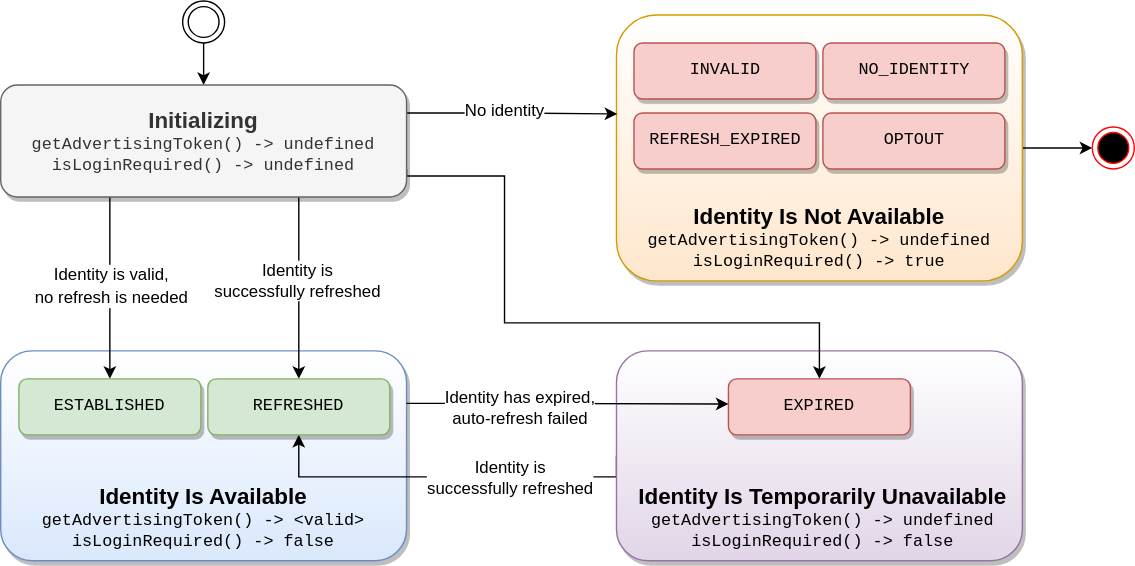
This is api/v1/sdks/uid2-js-sdk-workflow.svg from IABTechLab/uid2docs, a draw.io export, as it was before one commit. Source tidied: cells renumbered, new cells last; positions are measured from the earlier drawing's top-left corner, leaving out a move shared by most shapes. Its diagram source:
```xml
<mxGraphModel>
  <root>
    <mxCell id="0" />
    <mxCell id="1" parent="0" />
    <mxCell id="2" style="rounded=1;whiteSpace=wrap;html=1;fontFamily=Courier New;fontSize=16;fillColor=#dae8fc;strokeColor=#6c8ebf;gradientColor=#ffffff;gradientDirection=north;shadow=1;" parent="1" vertex="1">
      <mxGeometry y="250" width="290" height="150" as="geometry" />
    </mxCell>
    <mxCell id="3" style="edgeStyle=orthogonalEdgeStyle;rounded=0;jettySize=auto;html=1;fontFamily=Helvetica;fontSize=12;entryX=0.5;entryY=1;entryDx=0;entryDy=0;exitX=0;exitY=0.5;exitDx=0;exitDy=0;" parent="1" edge="1" source="5" target="18">
      <mxGeometry relative="1" as="geometry">
        <Array as="points">
          <mxPoint x="440" y="340" />
          <mxPoint x="213" y="340" />
        </Array>
      </mxGeometry>
    </mxCell>
    <mxCell id="4" value="Identity is&lt;br&gt;successfully refreshed" style="edgeLabel;html=1;align=center;verticalAlign=middle;fontSize=12;fontFamily=Helvetica;" parent="3" vertex="1">
      <mxGeometry x="-0.2" relative="1" as="geometry">
        <mxPoint x="17" as="offset" />
      </mxGeometry>
    </mxCell>
    <mxCell id="5" style="rounded=1;whiteSpace=wrap;html=1;fontFamily=Courier New;fontSize=16;fillColor=#e1d5e7;strokeColor=#9673a6;gradientColor=#ffffff;gradientDirection=north;shadow=1;" parent="1" vertex="1">
      <mxGeometry x="440" y="250" width="290" height="150" as="geometry" />
    </mxCell>
    <mxCell id="6" style="edgeStyle=orthogonalEdgeStyle;rounded=0;jettySize=auto;html=1;exitX=1;exitY=0.5;exitDx=0;exitDy=0;entryX=0;entryY=0.5;entryDx=0;entryDy=0;fontFamily=Helvetica;fontSize=12;fontColor=default;" parent="1" edge="1" source="7" target="27">
      <mxGeometry relative="1" as="geometry" />
    </mxCell>
    <mxCell id="7" style="rounded=1;whiteSpace=wrap;html=1;fontFamily=Courier New;fontSize=16;fillColor=#ffe6cc;strokeColor=#d79b00;gradientColor=#ffffff;gradientDirection=north;shadow=1;" parent="1" vertex="1">
      <mxGeometry x="440" y="10" width="290" height="190" as="geometry" />
    </mxCell>
    <mxCell id="8" style="edgeStyle=orthogonalEdgeStyle;rounded=0;jettySize=auto;html=1;exitX=0.5;exitY=1;exitDx=0;exitDy=0;entryX=0.5;entryY=0;entryDx=0;entryDy=0;fontFamily=Helvetica;fontSize=12;fontColor=default;" parent="1" edge="1" source="28" target="16">
      <mxGeometry relative="1" as="geometry" />
    </mxCell>
    <mxCell id="9" style="edgeStyle=orthogonalEdgeStyle;rounded=0;jettySize=auto;html=1;entryX=0.5;entryY=0;entryDx=0;entryDy=0;fontFamily=Courier New;fontSize=12;" parent="1" edge="1" target="19">
      <mxGeometry relative="1" as="geometry">
        <mxPoint x="78" y="140" as="sourcePoint" />
      </mxGeometry>
    </mxCell>
    <mxCell id="10" value="&lt;font face=&quot;Helvetica&quot;&gt;Identity is valid,&lt;br&gt;no refresh is needed&lt;/font&gt;" style="edgeLabel;html=1;align=center;verticalAlign=middle;fontSize=12;fontFamily=Courier New;" parent="9" vertex="1">
      <mxGeometry x="-0.04" relative="1" as="geometry" />
    </mxCell>
    <mxCell id="11" style="edgeStyle=orthogonalEdgeStyle;rounded=0;jettySize=auto;html=1;entryX=0.5;entryY=0;entryDx=0;entryDy=0;fontFamily=Courier New;fontSize=12;" parent="1" edge="1" target="18">
      <mxGeometry relative="1" as="geometry">
        <mxPoint x="213" y="140" as="sourcePoint" />
      </mxGeometry>
    </mxCell>
    <mxCell id="12" value="Identity is&lt;br&gt;successfully refreshed" style="edgeLabel;html=1;align=center;verticalAlign=middle;fontSize=12;fontFamily=Helvetica;" parent="11" vertex="1">
      <mxGeometry x="-0.1" y="-2" relative="1" as="geometry" />
    </mxCell>
    <mxCell id="13" style="edgeStyle=orthogonalEdgeStyle;rounded=0;jettySize=auto;html=1;exitX=1;exitY=0.25;exitDx=0;exitDy=0;fontFamily=Helvetica;fontSize=12;entryX=0.002;entryY=0.372;entryDx=0;entryDy=0;entryPerimeter=0;" parent="1" edge="1" source="16" target="7">
      <mxGeometry relative="1" as="geometry" />
    </mxCell>
    <mxCell id="14" value="No identity" style="edgeLabel;html=1;align=center;verticalAlign=middle;fontSize=12;fontFamily=Helvetica;" parent="13" vertex="1">
      <mxGeometry x="-0.09" y="2" relative="1" as="geometry" />
    </mxCell>
    <mxCell id="15" style="edgeStyle=orthogonalEdgeStyle;rounded=0;jettySize=auto;html=1;exitX=1;exitY=0.75;exitDx=0;exitDy=0;fontFamily=Helvetica;fontSize=12;" parent="1" edge="1" source="16" target="23">
      <mxGeometry relative="1" as="geometry">
        <Array as="points">
          <mxPoint x="360" y="125" />
          <mxPoint x="360" y="230" />
          <mxPoint x="585" y="230" />
        </Array>
      </mxGeometry>
    </mxCell>
    <mxCell id="16" value="&lt;b&gt;&lt;font style=&quot;font-size: 16px&quot;&gt;Initializing&lt;/font&gt;&lt;/b&gt;&lt;br&gt;&lt;span style=&quot;&quot;&gt;&lt;font face=&quot;Courier New&quot;&gt;getAdvertisingToken() -&amp;gt; undefined&lt;br&gt;isLoginRequired() -&amp;gt; undefined&lt;/font&gt;&lt;br&gt;&lt;/span&gt;" style="rounded=1;whiteSpace=wrap;html=1;fillColor=#f5f5f5;fontColor=#333333;strokeColor=#666666;shadow=1;labelBackgroundColor=none;" parent="1" vertex="1">
      <mxGeometry y="60" width="290" height="80" as="geometry" />
    </mxCell>
    <mxCell id="17" value="&lt;font style=&quot;font-size: 16px&quot;&gt;&lt;b&gt;&lt;font style=&quot;font-size: 16px&quot;&gt;Identity Is Available&lt;/font&gt;&lt;/b&gt;&lt;br&gt;&lt;/font&gt;&lt;span style=&quot;&quot;&gt;&lt;font face=&quot;Courier New&quot;&gt;getAdvertisingToken() -&amp;gt; &amp;lt;valid&amp;gt;&lt;br&gt;isLoginRequired() -&amp;gt; false&lt;/font&gt;&lt;br&gt;&lt;/span&gt;" style="rounded=1;whiteSpace=wrap;html=1;strokeColor=none;fillColor=none;labelBackgroundColor=none;" parent="1" vertex="1">
      <mxGeometry x="15" y="339" width="260" height="60" as="geometry" />
    </mxCell>
    <mxCell id="18" value="REFRESHED" style="rounded=1;whiteSpace=wrap;html=1;fontFamily=Courier New;fontSize=12;fillColor=#d5e8d4;strokeColor=#82b366;shadow=1;" parent="1" vertex="1">
      <mxGeometry x="148" y="270" width="130" height="40" as="geometry" />
    </mxCell>
    <mxCell id="19" value="ESTABLISHED" style="rounded=1;whiteSpace=wrap;html=1;fontFamily=Courier New;fontSize=12;fillColor=#d5e8d4;strokeColor=#82b366;shadow=1;" parent="1" vertex="1">
      <mxGeometry x="13" y="270" width="130" height="40" as="geometry" />
    </mxCell>
    <mxCell id="20" value="NO_IDENTITY" style="rounded=1;whiteSpace=wrap;html=1;fontFamily=Courier New;fontSize=12;fillColor=#f8cecc;strokeColor=#b85450;shadow=1;" parent="1" vertex="1">
      <mxGeometry x="587.5" y="30" width="130" height="40" as="geometry" />
    </mxCell>
    <mxCell id="21" value="REFRESH_EXPIRED" style="rounded=1;whiteSpace=wrap;html=1;fontFamily=Courier New;fontSize=12;fillColor=#f8cecc;strokeColor=#b85450;shadow=1;" parent="1" vertex="1">
      <mxGeometry x="452.5" y="80" width="130" height="40" as="geometry" />
    </mxCell>
    <mxCell id="22" value="OPTOUT" style="rounded=1;whiteSpace=wrap;html=1;fontFamily=Courier New;fontSize=12;fillColor=#f8cecc;strokeColor=#b85450;shadow=1;" parent="1" vertex="1">
      <mxGeometry x="587.5" y="80" width="130" height="40" as="geometry" />
    </mxCell>
    <mxCell id="23" value="EXPIRED" style="rounded=1;whiteSpace=wrap;html=1;fontFamily=Courier New;fontSize=12;fillColor=#f8cecc;strokeColor=#b85450;shadow=1;" parent="1" vertex="1">
      <mxGeometry x="520" y="270" width="130" height="40" as="geometry" />
    </mxCell>
    <mxCell id="24" value="INVALID" style="rounded=1;whiteSpace=wrap;html=1;fontFamily=Courier New;fontSize=12;fillColor=#f8cecc;strokeColor=#b85450;shadow=1;" parent="1" vertex="1">
      <mxGeometry x="452.5" y="30" width="130" height="40" as="geometry" />
    </mxCell>
    <mxCell id="25" value="&lt;font style=&quot;font-size: 16px&quot;&gt;&lt;b&gt;&lt;font style=&quot;font-size: 16px&quot;&gt;Identity Is Not Available&lt;/font&gt;&lt;/b&gt;&lt;br&gt;&lt;/font&gt;&lt;span style=&quot;&quot;&gt;&lt;font face=&quot;Courier New&quot;&gt;getAdvertisingToken() -&amp;gt; undefined&lt;br&gt;isLoginRequired() -&amp;gt; true&lt;/font&gt;&lt;br&gt;&lt;/span&gt;" style="rounded=1;whiteSpace=wrap;html=1;strokeColor=none;fillColor=none;fontColor=default;labelBackgroundColor=none;" parent="1" vertex="1">
      <mxGeometry x="455" y="139" width="260" height="60" as="geometry" />
    </mxCell>
    <mxCell id="26" value="&lt;font style=&quot;font-size: 16px&quot;&gt;&lt;b&gt;&lt;font style=&quot;font-size: 16px&quot;&gt;Identity Is Temporarily Unavailable&lt;/font&gt;&lt;/b&gt;&lt;br&gt;&lt;/font&gt;&lt;span style=&quot;&quot;&gt;&lt;font face=&quot;Courier New&quot;&gt;getAdvertisingToken() -&amp;gt; undefined&lt;br&gt;isLoginRequired() -&amp;gt; false&lt;/font&gt;&lt;br&gt;&lt;/span&gt;" style="rounded=1;whiteSpace=wrap;html=1;strokeColor=none;fillColor=none;labelBackgroundColor=none;" parent="1" vertex="1">
      <mxGeometry x="455" y="339" width="265" height="60" as="geometry" />
    </mxCell>
    <mxCell id="27" style="ellipse;html=1;shape=endState;fillColor=#000000;strokeColor=#ff0000;labelBackgroundColor=none;fontFamily=Helvetica;fontSize=12;fontColor=default;" parent="1" vertex="1">
      <mxGeometry x="780" y="90" width="30" height="30" as="geometry" />
    </mxCell>
    <mxCell id="28" style="ellipse;shape=doubleEllipse;html=1;dashed=0;whitespace=wrap;labelBackgroundColor=none;fontFamily=Helvetica;fontSize=12;fontColor=default;fillColor=none;gradientColor=#ffffff;gradientDirection=north;" parent="1" vertex="1">
      <mxGeometry x="130" width="30" height="30" as="geometry" />
    </mxCell>
    <mxCell id="29" style="edgeStyle=orthogonalEdgeStyle;rounded=0;jettySize=auto;html=1;exitX=1;exitY=0.25;exitDx=0;exitDy=0;entryX=0.276;entryY=0.253;entryDx=0;entryDy=0;entryPerimeter=0;fontFamily=Helvetica;fontSize=12;fontColor=default;" parent="1" edge="1" source="2" target="5">
      <mxGeometry relative="1" as="geometry" />
    </mxCell>
    <mxCell id="30" value="Identity has expired,&lt;br&gt;auto-refresh failed" style="edgeLabel;html=1;align=center;verticalAlign=middle;fontSize=12;fontFamily=Helvetica;fontColor=default;" parent="29" vertex="1">
      <mxGeometry x="-0.35" y="-2" relative="1" as="geometry">
        <mxPoint x="7" y="3" as="offset" />
      </mxGeometry>
    </mxCell>
  </root>
</mxGraphModel>
```
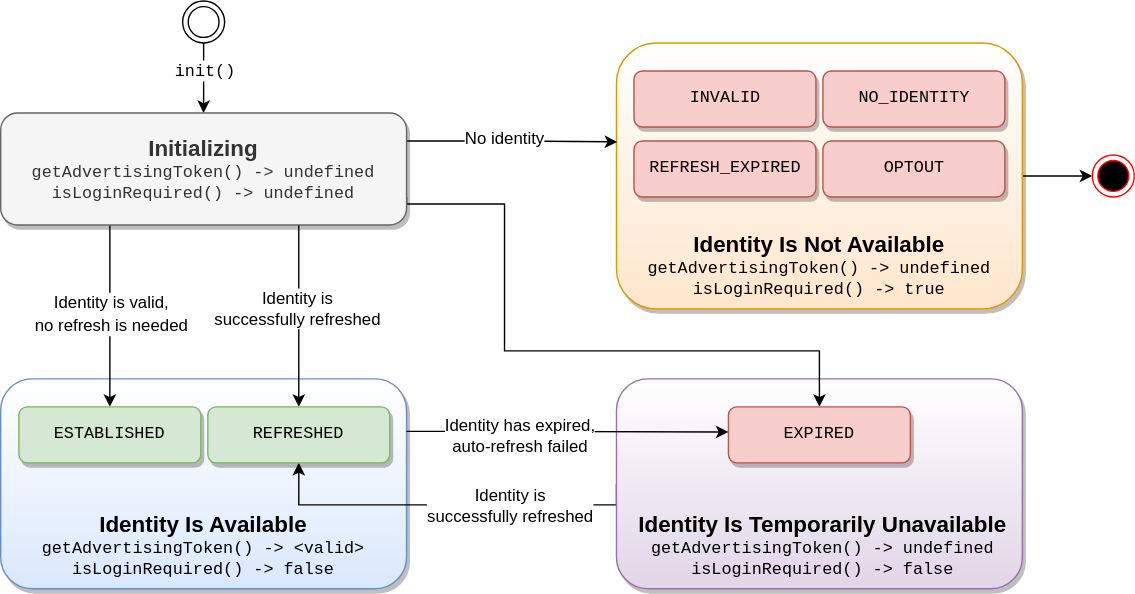
The same file after the commit.

What changed in the source:
```diff
@@ -30,6 +30,9 @@
     <mxCell id="8" style="edgeStyle=orthogonalEdgeStyle;rounded=0;jettySize=auto;html=1;exitX=0.5;exitY=1;exitDx=0;exitDy=0;entryX=0.5;entryY=0;entryDx=0;entryDy=0;fontFamily=Helvetica;fontSize=12;fontColor=default;" parent="1" edge="1" source="28" target="16">
       <mxGeometry relative="1" as="geometry" />
     </mxCell>
+    <mxCell id="31" value="&lt;font face=&quot;Courier New&quot;&gt;init()&lt;/font&gt;" style="edgeLabel;html=1;align=center;verticalAlign=middle;fontSize=12;fontFamily=Helvetica;fontColor=default;" parent="8" vertex="1">
+      <mxGeometry x="-0.24" relative="1" as="geometry" />
+    </mxCell>
     <mxCell id="9" style="edgeStyle=orthogonalEdgeStyle;rounded=0;jettySize=auto;html=1;entryX=0.5;entryY=0;entryDx=0;entryDy=0;fontFamily=Courier New;fontSize=12;" parent="1" edge="1" target="19">
       <mxGeometry relative="1" as="geometry">
         <mxPoint x="78" y="140" as="sourcePoint" />
@@ -98,7 +101,7 @@
       <mxGeometry x="780" y="90" width="30" height="30" as="geometry" />
     </mxCell>
     <mxCell id="28" style="ellipse;shape=doubleEllipse;html=1;dashed=0;whitespace=wrap;labelBackgroundColor=none;fontFamily=Helvetica;fontSize=12;fontColor=default;fillColor=none;gradientColor=#ffffff;gradientDirection=north;" parent="1" vertex="1">
-      <mxGeometry x="130" width="30" height="30" as="geometry" />
+      <mxGeometry x="130" y="-20" width="30" height="30" as="geometry" />
     </mxCell>
     <mxCell id="29" style="edgeStyle=orthogonalEdgeStyle;rounded=0;jettySize=auto;html=1;exitX=1;exitY=0.25;exitDx=0;exitDy=0;entryX=0.276;entryY=0.253;entryDx=0;entryDy=0;entryPerimeter=0;fontFamily=Helvetica;fontSize=12;fontColor=default;" parent="1" edge="1" source="2" target="5">
       <mxGeometry relative="1" as="geometry" />
```
